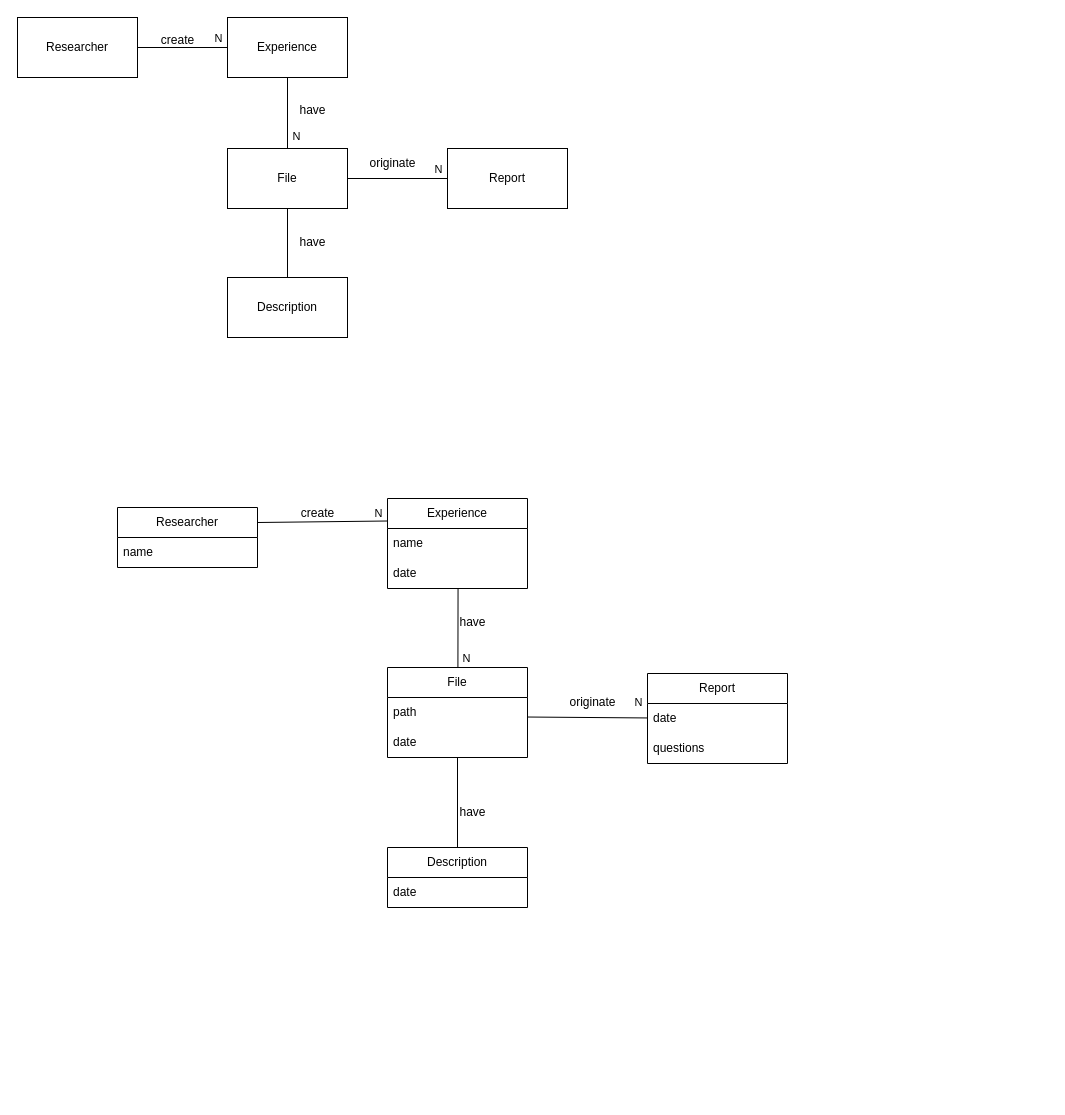
This is page "Domain" (2 of 6) of doc/diagrams/diagrams.drawio from AngelinaEiras/LabReport, a draw.io file, before an edit. Source tidied: cells renumbered, new cells numbered last; positions are measured from the earlier drawing's top-left corner, leaving out a move shared by most shapes. Both pictures are drawn from the tidied source at 100%, with x=0, y=0 at pixel (17, 17).
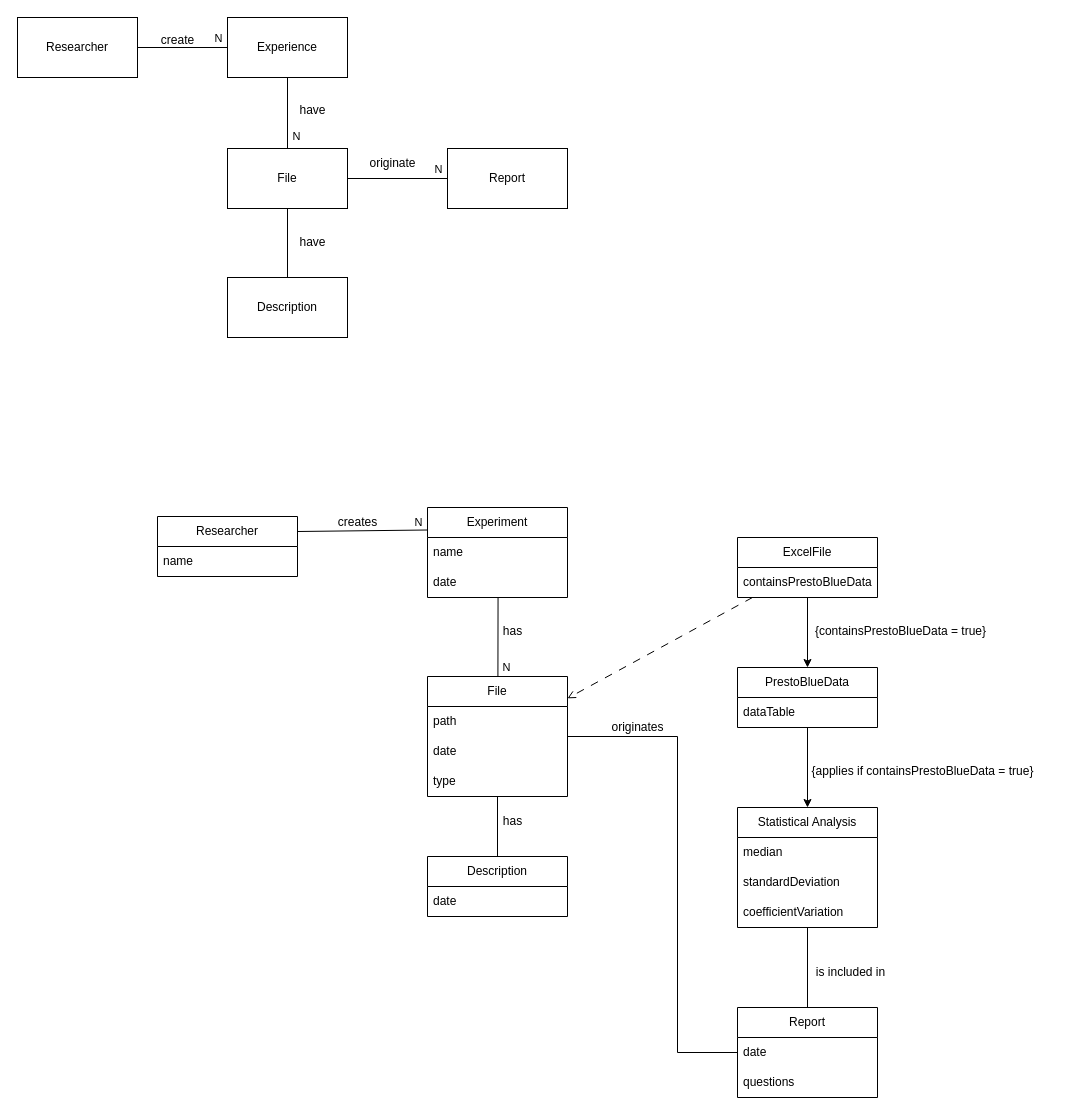
Above is the later version.

Unchanged cells that the change refers to:
```xml
<mxCell id="35" value="path" style="text;strokeColor=none;fillColor=none;align=left;verticalAlign=middle;spacingLeft=4;spacingRight=4;overflow=hidden;points=[[0,0.5],[1,0.5]];portConstraint=eastwest;whiteSpace=wrap;html=1;" parent="34" vertex="1">
  <mxGeometry y="30" width="140" height="30" as="geometry" />
</mxCell>
```

Diff of the diagram source:
```diff
@@
     <mxCell id="18" value="Researcher" style="swimlane;fontStyle=0;horizontal=1;startSize=30;whiteSpace=wrap;html=1;" parent="1" vertex="1">
-      <mxGeometry x="100" y="490" width="140" height="60" as="geometry" />
+      <mxGeometry x="140" y="499" width="140" height="60" as="geometry" />
     </mxCell>
-    <mxCell id="19" value="name" style="text;strokeColor=none;fillColor=none;align=left;verticalAlign=middle;spacingLeft=4;spacingRight=4;overflow=hidden;whiteSpace=wrap;html=1;" parent="18" vertex="1">
-      <mxGeometry y="30" width="140" height="30" as="geometry" />
-    </mxCell>
-    <mxCell id="20" style="endArrow=none;html=1;rounded=0;entryX=1;entryY=0.25;entryDx=0;entryDy=0;shadow=0;flowAnimation=0;exitX=0;exitY=0.25;exitDx=0;exitDy=0;" parent="1" edge="1" source="31" target="18">
-      <mxGeometry relative="1" as="geometry" />
-    </mxCell>
-    <mxCell id="21" value="N" style="edgeLabel;html=1;align=center;verticalAlign=middle;" parent="20" vertex="1">
-      <mxGeometry x="0.43" relative="1" as="geometry">
-        <mxPoint x="83" y="-9" as="offset" />
-      </mxGeometry>
-    </mxCell>
-    <mxCell id="22" style="endArrow=none;html=1;rounded=0;shadow=0;flowAnimation=0;entryX=0.504;entryY=1.005;entryDx=0;entryDy=0;entryPerimeter=0;exitX=0.503;exitY=0.017;exitDx=0;exitDy=0;exitPerimeter=0;" parent="1" edge="1" source="34" target="33">
-      <mxGeometry relative="1" as="geometry" />
-    </mxCell>
-    <mxCell id="23" style="endArrow=none;html=1;rounded=0;shadow=0;flowAnimation=0;entryX=0.997;entryY=0.651;entryDx=0;entryDy=0;entryPerimeter=0;" parent="1" edge="1" source="37" target="35">
-      <mxGeometry relative="1" as="geometry" />
-    </mxCell>
-    <mxCell id="24" value="N" style="edgeLabel;html=1;align=center;verticalAlign=middle;" parent="23" vertex="1">
-      <mxGeometry x="0.43" relative="1" as="geometry">
-        <mxPoint x="76" y="-15" as="offset" />
-      </mxGeometry>
-    </mxCell>
-    <mxCell id="25" value="N" style="edgeLabel;html=1;align=center;verticalAlign=middle;" parent="1" vertex="1">
-      <mxGeometry x="448" y="640" as="geometry" />
-    </mxCell>
+    <mxCell id="42" value="name" style="text;strokeColor=none;fillColor=none;align=left;verticalAlign=middle;spacingLeft=4;spacingRight=4;overflow=hidden;whiteSpace=wrap;html=1;" parent="18" vertex="1">
+      <mxGeometry y="30" width="140" height="30" as="geometry" />
+    </mxCell>
+    <mxCell id="43" style="endArrow=none;html=1;rounded=0;entryX=1;entryY=0.25;entryDx=0;entryDy=0;shadow=0;flowAnimation=0;exitX=0;exitY=0.25;exitDx=0;exitDy=0;" parent="1" edge="1" source="52" target="18">
+      <mxGeometry relative="1" as="geometry" />
+    </mxCell>
+    <mxCell id="44" value="N" style="edgeLabel;html=1;align=center;verticalAlign=middle;" parent="43" vertex="1">
+      <mxGeometry x="0.43" relative="1" as="geometry">
+        <mxPoint x="83" y="-9" as="offset" />
+      </mxGeometry>
+    </mxCell>
+    <mxCell id="45" style="endArrow=none;html=1;rounded=0;shadow=0;flowAnimation=0;entryX=0.504;entryY=1.005;entryDx=0;entryDy=0;entryPerimeter=0;exitX=0.503;exitY=0.017;exitDx=0;exitDy=0;exitPerimeter=0;" parent="1" edge="1" source="34" target="54">
+      <mxGeometry relative="1" as="geometry" />
+    </mxCell>
+    <mxCell id="46" style="endArrow=none;html=1;rounded=0;shadow=0;flowAnimation=0;edgeStyle=orthogonalEdgeStyle;" parent="1" edge="1" source="37" target="34">
+      <mxGeometry relative="1" as="geometry">
+        <Array as="points">
+          <mxPoint x="660" y="1035" />
+          <mxPoint x="660" y="719" />
+        </Array>
+      </mxGeometry>
+    </mxCell>
+    <mxCell id="47" value="N" style="edgeLabel;html=1;align=center;verticalAlign=middle;" parent="1" vertex="1">
+      <mxGeometry x="488" y="649" as="geometry" />
+    </mxCell>
@@
-    <mxCell id="27" value="create" style="text;html=1;align=center;verticalAlign=middle;strokeColor=none;fillColor=none;" parent="1" vertex="1">
-      <mxGeometry x="270" y="481" width="60" height="30" as="geometry" />
-    </mxCell>
-    <mxCell id="28" value="have" style="text;html=1;align=center;verticalAlign=middle;strokeColor=none;fillColor=none;" parent="1" vertex="1">
-      <mxGeometry x="430" y="590" width="50" height="30" as="geometry" />
-    </mxCell>
-    <mxCell id="29" value="have" style="text;html=1;align=center;verticalAlign=middle;strokeColor=none;fillColor=none;" parent="1" vertex="1">
-      <mxGeometry x="430" y="780" width="50" height="30" as="geometry" />
-    </mxCell>
-    <mxCell id="30" value="originate" style="text;html=1;align=center;verticalAlign=middle;strokeColor=none;fillColor=none;" parent="1" vertex="1">
-      <mxGeometry x="540" y="670" width="70" height="30" as="geometry" />
-    </mxCell>
-    <mxCell id="31" value="Experience" style="swimlane;fontStyle=0;horizontal=1;startSize=30;whiteSpace=wrap;html=1;" parent="1" vertex="1">
-      <mxGeometry x="370" y="481" width="140" height="90" as="geometry" />
-    </mxCell>
-    <mxCell id="32" value="name" style="text;strokeColor=none;fillColor=none;align=left;verticalAlign=middle;spacingLeft=4;spacingRight=4;overflow=hidden;whiteSpace=wrap;html=1;" parent="31" vertex="1">
-      <mxGeometry y="30" width="140" height="30" as="geometry" />
-    </mxCell>
-    <mxCell id="33" value="date" style="text;strokeColor=none;fillColor=none;align=left;verticalAlign=middle;spacingLeft=4;spacingRight=4;overflow=hidden;points=[[0,0.5],[1,0.5]];portConstraint=eastwest;whiteSpace=wrap;html=1;" parent="31" vertex="1">
-      <mxGeometry y="60" width="140" height="30" as="geometry" />
-    </mxCell>
+    <mxCell id="48" value="creates" style="text;html=1;align=center;verticalAlign=middle;strokeColor=none;fillColor=none;" parent="1" vertex="1">
+      <mxGeometry x="310" y="490" width="60" height="30" as="geometry" />
+    </mxCell>
+    <mxCell id="49" value="has" style="text;html=1;align=center;verticalAlign=middle;strokeColor=none;fillColor=none;" parent="1" vertex="1">
+      <mxGeometry x="475" y="599" width="40" height="30" as="geometry" />
+    </mxCell>
+    <mxCell id="50" value="has" style="text;html=1;align=center;verticalAlign=middle;strokeColor=none;fillColor=none;" parent="1" vertex="1">
+      <mxGeometry x="475" y="789" width="40" height="30" as="geometry" />
+    </mxCell>
+    <mxCell id="51" value="originates" style="text;html=1;align=center;verticalAlign=middle;strokeColor=none;fillColor=none;rotation=0;" parent="1" vertex="1">
+      <mxGeometry x="580" y="695" width="80" height="30" as="geometry" />
+    </mxCell>
+    <mxCell id="52" value="&lt;pre class=&quot;!overflow-visible&quot;&gt;&lt;span style=&quot;font-family: Helvetica; white-space: normal;&quot;&gt;Experiment&lt;/span&gt;&lt;br&gt;&lt;/pre&gt;" style="swimlane;fontStyle=0;horizontal=1;startSize=30;whiteSpace=wrap;html=1;" parent="1" vertex="1">
+      <mxGeometry x="410" y="490" width="140" height="90" as="geometry" />
+    </mxCell>
+    <mxCell id="53" value="name" style="text;strokeColor=none;fillColor=none;align=left;verticalAlign=middle;spacingLeft=4;spacingRight=4;overflow=hidden;whiteSpace=wrap;html=1;" parent="52" vertex="1">
+      <mxGeometry y="30" width="140" height="30" as="geometry" />
+    </mxCell>
+    <mxCell id="54" value="date" style="text;strokeColor=none;fillColor=none;align=left;verticalAlign=middle;spacingLeft=4;spacingRight=4;overflow=hidden;points=[[0,0.5],[1,0.5]];portConstraint=eastwest;whiteSpace=wrap;html=1;" parent="52" vertex="1">
+      <mxGeometry y="60" width="140" height="30" as="geometry" />
+    </mxCell>
     <mxCell id="34" value="File" style="swimlane;fontStyle=0;horizontal=1;startSize=30;whiteSpace=wrap;html=1;" parent="1" vertex="1">
-      <mxGeometry x="370" y="650" width="140" height="90" as="geometry" />
+      <mxGeometry x="410" y="659" width="140" height="120" as="geometry" />
     </mxCell>
@@
-    <mxCell id="36" value="date" style="text;strokeColor=none;fillColor=none;align=left;verticalAlign=middle;spacingLeft=4;spacingRight=4;overflow=hidden;whiteSpace=wrap;html=1;" parent="34" vertex="1">
-      <mxGeometry y="60" width="140" height="30" as="geometry" />
-    </mxCell>
+    <mxCell id="55" value="date" style="text;strokeColor=none;fillColor=none;align=left;verticalAlign=middle;spacingLeft=4;spacingRight=4;overflow=hidden;whiteSpace=wrap;html=1;" parent="34" vertex="1">
+      <mxGeometry y="60" width="140" height="30" as="geometry" />
+    </mxCell>
+    <mxCell id="56" value="type" style="text;strokeColor=none;fillColor=none;align=left;verticalAlign=middle;spacingLeft=4;spacingRight=4;overflow=hidden;whiteSpace=wrap;html=1;" parent="34" vertex="1">
+      <mxGeometry y="90" width="140" height="30" as="geometry" />
+    </mxCell>
     <mxCell id="37" value="Report" style="swimlane;fontStyle=0;horizontal=1;startSize=30;whiteSpace=wrap;html=1;" parent="1" vertex="1">
-      <mxGeometry x="630" y="656" width="140" height="90" as="geometry" />
+      <mxGeometry x="720" y="990" width="140" height="90" as="geometry" />
     </mxCell>
-    <mxCell id="38" value="date" style="text;strokeColor=none;fillColor=none;align=left;verticalAlign=middle;spacingLeft=4;spacingRight=4;overflow=hidden;whiteSpace=wrap;html=1;" parent="37" vertex="1">
-      <mxGeometry y="30" width="140" height="30" as="geometry" />
-    </mxCell>
+    <mxCell id="57" value="date" style="text;strokeColor=none;fillColor=none;align=left;verticalAlign=middle;spacingLeft=4;spacingRight=4;overflow=hidden;whiteSpace=wrap;html=1;" parent="37" vertex="1">
+      <mxGeometry y="30" width="140" height="30" as="geometry" />
+    </mxCell>
@@
     <mxCell id="40" value="Description" style="swimlane;fontStyle=0;horizontal=1;startSize=30;whiteSpace=wrap;html=1;" parent="1" vertex="1">
-      <mxGeometry x="370" y="830" width="140" height="60" as="geometry" />
+      <mxGeometry x="410" y="839" width="140" height="60" as="geometry" />
     </mxCell>
-    <mxCell id="41" value="date" style="text;strokeColor=none;fillColor=none;align=left;verticalAlign=middle;spacingLeft=4;spacingRight=4;overflow=hidden;whiteSpace=wrap;html=1;" parent="40" vertex="1">
-      <mxGeometry y="30" width="140" height="30" as="geometry" />
-    </mxCell>
+    <mxCell id="58" value="date" style="text;strokeColor=none;fillColor=none;align=left;verticalAlign=middle;spacingLeft=4;spacingRight=4;overflow=hidden;whiteSpace=wrap;html=1;" parent="40" vertex="1">
+      <mxGeometry y="30" width="140" height="30" as="geometry" />
+    </mxCell>
+    <mxCell id="59" value="Statistical Analysis" style="swimlane;fontStyle=0;horizontal=1;startSize=30;whiteSpace=wrap;html=1;" parent="1" vertex="1">
+      <mxGeometry x="720" y="790" width="140" height="120" as="geometry" />
+    </mxCell>
+    <mxCell id="60" value="median" style="text;strokeColor=none;fillColor=none;align=left;verticalAlign=middle;spacingLeft=4;spacingRight=4;overflow=hidden;whiteSpace=wrap;html=1;" parent="59" vertex="1">
+      <mxGeometry y="30" width="140" height="30" as="geometry" />
+    </mxCell>
+    <mxCell id="61" value="standardDeviation" style="text;strokeColor=none;fillColor=none;align=left;verticalAlign=middle;spacingLeft=4;spacingRight=4;overflow=hidden;whiteSpace=wrap;html=1;" parent="59" vertex="1">
+      <mxGeometry y="60" width="140" height="30" as="geometry" />
+    </mxCell>
+    <mxCell id="62" value="coefficientVariation" style="text;strokeColor=none;fillColor=none;align=left;verticalAlign=middle;spacingLeft=4;spacingRight=4;overflow=hidden;whiteSpace=wrap;html=1;" parent="59" vertex="1">
+      <mxGeometry y="90" width="140" height="30" as="geometry" />
+    </mxCell>
+    <mxCell id="63" style="endArrow=none;html=1;rounded=0;shadow=0;flowAnimation=0;" parent="1" edge="1" source="37" target="59">
+      <mxGeometry relative="1" as="geometry" />
+    </mxCell>
+    <mxCell id="64" value="is included in" style="text;html=1;align=center;verticalAlign=middle;strokeColor=none;fillColor=none;" parent="1" vertex="1">
+      <mxGeometry x="788" y="940" width="90" height="30" as="geometry" />
+    </mxCell>
+    <mxCell id="65" style="rounded=0;jettySize=auto;html=1;dashed=1;dashPattern=8 8;endArrow=open;endFill=0;" parent="1" edge="1" source="69" target="34">
+      <mxGeometry relative="1" as="geometry" />
+    </mxCell>
+    <mxCell id="66" style="edgeStyle=orthogonalEdgeStyle;rounded=0;jettySize=auto;html=1;" parent="1" edge="1" source="71" target="59">
+      <mxGeometry relative="1" as="geometry" />
+    </mxCell>
+    <mxCell id="67" value="{applies if containsPrestoBlueData = true}" style="text;html=1;align=center;verticalAlign=middle;strokeColor=none;fillColor=none;rotation=0;" parent="1" vertex="1">
+      <mxGeometry x="780" y="739" width="250" height="30" as="geometry" />
+    </mxCell>
+    <mxCell id="68" style="edgeStyle=orthogonalEdgeStyle;rounded=0;jettySize=auto;html=1;" parent="1" edge="1" source="69" target="71">
+      <mxGeometry relative="1" as="geometry" />
+    </mxCell>
+    <mxCell id="69" value="&lt;pre class=&quot;!overflow-visible&quot;&gt;&lt;span style=&quot;font-family: Helvetica; white-space: normal;&quot;&gt;ExcelFile&lt;/span&gt;&lt;br&gt;&lt;/pre&gt;" style="swimlane;fontStyle=0;horizontal=1;startSize=30;whiteSpace=wrap;html=1;" parent="1" vertex="1">
+      <mxGeometry x="720" y="520" width="140" height="60" as="geometry" />
+    </mxCell>
+    <mxCell id="70" value="containsPrestoBlueData" style="text;strokeColor=none;fillColor=none;align=left;verticalAlign=middle;spacingLeft=4;spacingRight=4;overflow=hidden;whiteSpace=wrap;html=1;" parent="69" vertex="1">
+      <mxGeometry y="30" width="140" height="30" as="geometry" />
+    </mxCell>
+    <mxCell id="71" value="&lt;pre class=&quot;!overflow-visible&quot;&gt;&lt;span style=&quot;font-family: Helvetica; white-space: normal;&quot;&gt;PrestoBlueData&lt;/span&gt;&lt;br&gt;&lt;/pre&gt;" style="swimlane;fontStyle=0;horizontal=1;startSize=30;whiteSpace=wrap;html=1;fixDash=0;" parent="1" vertex="1">
+      <mxGeometry x="720" y="650" width="140" height="60" as="geometry" />
+    </mxCell>
+    <mxCell id="72" value="dataTable" style="text;strokeColor=none;fillColor=none;align=left;verticalAlign=middle;spacingLeft=4;spacingRight=4;overflow=hidden;whiteSpace=wrap;html=1;" parent="71" vertex="1">
+      <mxGeometry y="30" width="140" height="30" as="geometry" />
+    </mxCell>
+    <mxCell id="73" value="{containsPrestoBlueData = true}" style="text;html=1;align=center;verticalAlign=middle;strokeColor=none;fillColor=none;rotation=0;" parent="1" vertex="1">
+      <mxGeometry x="788" y="599" width="190" height="30" as="geometry" />
+    </mxCell>
```
